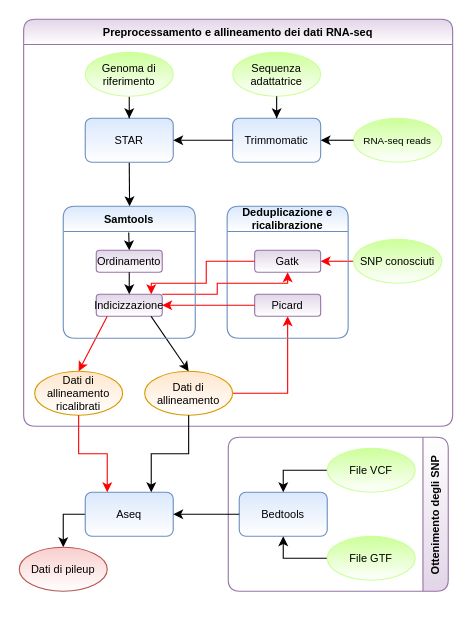
The draw.io diagram chapters/03/media/pipeline.drawio in giacThePhantom/Tesi, before the edit. Source tidied: cells renumbered, new cells numbered last; positions are measured from the earlier drawing's top-left corner, leaving out a move shared by most shapes. Both pictures are drawn from the tidied source at 110%, with x=0, y=0 at pixel (19, 19).
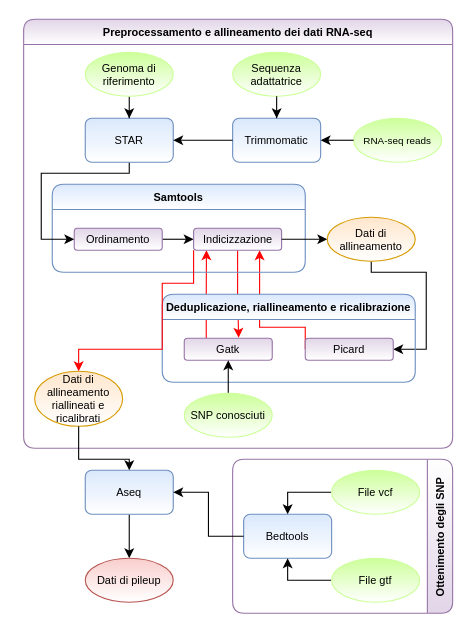
After the change.

The change refers to these unchanged cells:
```xml
<mxCell id="6" value="&lt;font style=&quot;font-size: 9px&quot;&gt;RNA-seq reads&lt;/font&gt;" style="ellipse;whiteSpace=wrap;html=1;rounded=1;fontSize=10;gradientColor=#ffffff;fillColor=#CCFF99;strokeColor=#CCFF99;" parent="2" vertex="1">
  <mxGeometry x="300" y="90" width="80" height="40" as="geometry" />
</mxCell>
<mxCell id="11" value="Trimmomatic" style="rounded=1;whiteSpace=wrap;html=1;fontSize=10;fillColor=#dae8fc;strokeColor=#6c8ebf;gradientColor=#ffffff;" parent="2" vertex="1">
  <mxGeometry x="190" y="90" width="80" height="40" as="geometry" />
</mxCell>
<mxCell id="25" value="STAR" style="rounded=1;whiteSpace=wrap;html=1;fontSize=10;fillColor=#dae8fc;strokeColor=#6c8ebf;gradientColor=#ffffff;" parent="1" vertex="1">
  <mxGeometry x="60" y="90" width="80" height="40" as="geometry" />
</mxCell>
```

Diff of the diagram source:
```diff
@@
     <mxCell id="2" value="Preprocessamento e allineamento dei dati RNA-seq" style="swimlane;rounded=1;fontSize=10;fillColor=#e1d5e7;strokeColor=#9673a6;gradientColor=#ffffff;swimlaneFillColor=none;" parent="1" vertex="1">
-      <mxGeometry x="4" width="390" height="370" as="geometry" />
+      <mxGeometry x="4" width="390" height="390" as="geometry" />
     </mxCell>
+    <mxCell id="19" style="edgeStyle=orthogonalEdgeStyle;rounded=0;jettySize=auto;html=1;exitX=0;exitY=0.5;exitDx=0;exitDy=0;entryX=0.75;entryY=1;entryDx=0;entryDy=0;strokeColor=#FF0000;" parent="2" edge="1" source="10" target="16">
+      <mxGeometry relative="1" as="geometry">
+        <Array as="points">
+          <mxPoint x="256" y="280" />
+          <mxPoint x="215" y="280" />
+        </Array>
+      </mxGeometry>
+    </mxCell>
+    <mxCell id="20" style="edgeStyle=orthogonalEdgeStyle;rounded=0;jettySize=auto;html=1;exitX=0.5;exitY=1;exitDx=0;exitDy=0;entryX=0.618;entryY=-0.02;entryDx=0;entryDy=0;entryPerimeter=0;strokeColor=#FF0000;" parent="2" edge="1" source="16" target="9">
+      <mxGeometry relative="1" as="geometry" />
+    </mxCell>
+    <mxCell id="43" style="edgeStyle=orthogonalEdgeStyle;rounded=0;jettySize=auto;html=1;exitX=0.25;exitY=0;exitDx=0;exitDy=0;entryX=0.146;entryY=1;entryDx=0;entryDy=0;entryPerimeter=0;strokeColor=#FF0000;" parent="2" edge="1" source="9" target="16">
+      <mxGeometry relative="1" as="geometry" />
+    </mxCell>
-    <mxCell id="3" value="Dati di allineamento ricalibrati" style="ellipse;whiteSpace=wrap;html=1;rounded=1;fontSize=10;fillColor=#ffe6cc;strokeColor=#d79b00;gradientColor=#ffffff;" parent="2" vertex="1">
-      <mxGeometry x="10" y="320" width="80" height="40" as="geometry" />
+    <mxCell id="3" value="Dati di allineamento riallineati e ricalibrati" style="ellipse;whiteSpace=wrap;html=1;rounded=1;fontSize=10;fillColor=#ffe6cc;strokeColor=#d79b00;gradientColor=#ffffff;" parent="2" vertex="1">
+      <mxGeometry x="10" y="320" width="80" height="50" as="geometry" />
     </mxCell>
-    <mxCell id="4" style="edgeStyle=orthogonalEdgeStyle;rounded=0;jettySize=auto;html=1;exitX=1;exitY=0.5;exitDx=0;exitDy=0;entryX=0.5;entryY=1;entryDx=0;entryDy=0;fontSize=10;strokeColor=#FF0000;" parent="2" edge="1" source="5" target="10">
-      <mxGeometry relative="1" as="geometry" />
+    <mxCell id="4" style="edgeStyle=orthogonalEdgeStyle;rounded=0;jettySize=auto;html=1;exitX=0.5;exitY=1;exitDx=0;exitDy=0;entryX=1;entryY=0.5;entryDx=0;entryDy=0;" parent="2" edge="1" source="5" target="10">
+      <mxGeometry relative="1" as="geometry">
+        <Array as="points">
+          <mxPoint x="316" y="230" />
+          <mxPoint x="366" y="230" />
+          <mxPoint x="366" y="300" />
+        </Array>
+      </mxGeometry>
     </mxCell>
     <mxCell id="5" value="Dati di allineamento" style="ellipse;whiteSpace=wrap;html=1;rounded=1;fontSize=10;fillColor=#ffe6cc;strokeColor=#d79b00;gradientColor=#ffffff;" parent="2" vertex="1">
-      <mxGeometry x="110" y="320" width="80" height="40" as="geometry" />
+      <mxGeometry x="276" y="180" width="80" height="40" as="geometry" />
     </mxCell>
@@
-    <mxCell id="7" style="edgeStyle=none;rounded=0;jettySize=auto;html=1;exitX=0;exitY=0.5;exitDx=0;exitDy=0;entryX=1;entryY=0.5;entryDx=0;entryDy=0;fontSize=10;fillColor=#f8cecc;strokeColor=#FF0000;" parent="2" edge="1" source="8" target="9">
-      <mxGeometry relative="1" as="geometry" />
-    </mxCell>
-    <mxCell id="8" value="SNP conosciuti" style="ellipse;whiteSpace=wrap;html=1;rounded=1;fontSize=10;gradientColor=#ffffff;fillColor=#CCFF99;strokeColor=#CCFF99;" parent="2" vertex="1">
-      <mxGeometry x="300" y="200" width="80" height="40" as="geometry" />
-    </mxCell>
-    <mxCell id="9" value="Gatk" style="rounded=1;whiteSpace=wrap;html=1;fontSize=10;fillColor=#e1d5e7;strokeColor=#9673a6;gradientColor=#ffffff;" parent="2" vertex="1">
-      <mxGeometry x="210" y="210" width="60" height="20" as="geometry" />
-    </mxCell>
-    <mxCell id="10" value="Picard" style="rounded=1;whiteSpace=wrap;html=1;fontSize=10;fillColor=#e1d5e7;strokeColor=#9673a6;gradientColor=#ffffff;" parent="2" vertex="1">
-      <mxGeometry x="210" y="250" width="60" height="20" as="geometry" />
-    </mxCell>
@@
+    <mxCell id="15" style="edgeStyle=none;rounded=0;jettySize=auto;html=1;fontSize=10;entryX=1;entryY=0.5;entryDx=0;entryDy=0;" parent="2" edge="1" source="6" target="11">
+      <mxGeometry relative="1" as="geometry" />
+    </mxCell>
+    <mxCell id="21" value="Samtools" style="swimlane;rounded=1;swimlaneLine=1;fontSize=10;swimlaneFillColor=none;fillColor=#dae8fc;strokeColor=#6c8ebf;gradientColor=#ffffff;" parent="2" vertex="1">
+      <mxGeometry x="26" y="150" width="230" height="80" as="geometry" />
+    </mxCell>
+    <mxCell id="41" style="edgeStyle=orthogonalEdgeStyle;rounded=0;jettySize=auto;html=1;exitX=1;exitY=0.5;exitDx=0;exitDy=0;entryX=0;entryY=0.5;entryDx=0;entryDy=0;" parent="21" edge="1" source="22" target="16">
+      <mxGeometry relative="1" as="geometry" />
+    </mxCell>
+    <mxCell id="22" value="Ordinamento" style="rounded=1;whiteSpace=wrap;html=1;fontSize=10;fillColor=#e1d5e7;strokeColor=#9673a6;gradientColor=#ffffff;" parent="21" vertex="1">
+      <mxGeometry x="20" y="40" width="80" height="20" as="geometry" />
+    </mxCell>
+    <mxCell id="16" value="Indicizzazione" style="rounded=1;whiteSpace=wrap;html=1;fontSize=10;fillColor=#e1d5e7;strokeColor=#9673a6;gradientColor=#ffffff;" parent="21" vertex="1">
+      <mxGeometry x="128.5" y="40" width="80" height="20" as="geometry" />
+    </mxCell>
+    <mxCell id="18" style="edgeStyle=orthogonalEdgeStyle;rounded=0;jettySize=auto;html=1;exitX=1;exitY=0.5;exitDx=0;exitDy=0;" parent="2" edge="1" source="16" target="5">
+      <mxGeometry relative="1" as="geometry" />
+    </mxCell>
-    <mxCell id="14" value="Deduplicazione e &#10;ricalibrazione" style="swimlane;rounded=1;shadow=0;startSize=23;fontSize=10;fillColor=#dae8fc;strokeColor=#6c8ebf;gradientColor=#ffffff;" parent="2" vertex="1">
-      <mxGeometry x="185" y="170" width="110" height="120" as="geometry" />
+    <mxCell id="14" value="Deduplicazione, riallineamento e ricalibrazione" style="swimlane;rounded=1;shadow=0;startSize=23;fontSize=10;fillColor=#dae8fc;strokeColor=#6c8ebf;gradientColor=#ffffff;" parent="2" vertex="1">
+      <mxGeometry x="126" y="250" width="230" height="80" as="geometry" />
     </mxCell>
-    <mxCell id="15" style="edgeStyle=none;rounded=0;jettySize=auto;html=1;fontSize=10;entryX=1;entryY=0.5;entryDx=0;entryDy=0;" parent="2" edge="1" source="6" target="11">
-      <mxGeometry relative="1" as="geometry" />
-    </mxCell>
-    <mxCell id="16" value="Indicizzazione" style="rounded=1;whiteSpace=wrap;html=1;fontSize=10;fillColor=#e1d5e7;strokeColor=#9673a6;gradientColor=#ffffff;" parent="2" vertex="1">
-      <mxGeometry x="66" y="250" width="60" height="20" as="geometry" />
-    </mxCell>
-    <mxCell id="17" style="edgeStyle=none;rounded=0;jettySize=auto;html=1;entryX=0.5;entryY=0;entryDx=0;entryDy=0;fontSize=10;strokeColor=#FF0000;" parent="2" edge="1" target="3">
-      <mxGeometry relative="1" as="geometry">
-        <mxPoint x="76" y="270" as="sourcePoint" />
-      </mxGeometry>
-    </mxCell>
-    <mxCell id="18" style="edgeStyle=none;rounded=0;jettySize=auto;html=1;exitX=0.831;exitY=1.006;exitDx=0;exitDy=0;entryX=0.5;entryY=0;entryDx=0;entryDy=0;fontSize=10;exitPerimeter=0;" parent="2" edge="1" source="16" target="5">
-      <mxGeometry relative="1" as="geometry" />
-    </mxCell>
-    <mxCell id="19" style="edgeStyle=orthogonalEdgeStyle;rounded=0;jettySize=auto;html=1;exitX=0;exitY=0.5;exitDx=0;exitDy=0;entryX=1;entryY=0.5;entryDx=0;entryDy=0;fontSize=10;fillColor=#f8cecc;strokeColor=#FF0000;" parent="2" edge="1" source="10" target="16">
-      <mxGeometry relative="1" as="geometry" />
-    </mxCell>
-    <mxCell id="20" style="edgeStyle=orthogonalEdgeStyle;rounded=0;jettySize=auto;html=1;exitX=1;exitY=0;exitDx=0;exitDy=0;entryX=0.5;entryY=1;entryDx=0;entryDy=0;fontSize=10;fillColor=#f8cecc;strokeColor=#FF0000;" parent="2" edge="1" source="16" target="9">
-      <mxGeometry relative="1" as="geometry">
-        <Array as="points">
-          <mxPoint x="176" y="250" />
-          <mxPoint x="176" y="240" />
-          <mxPoint x="240" y="240" />
-        </Array>
-      </mxGeometry>
-    </mxCell>
-    <mxCell id="21" value="Samtools" style="swimlane;rounded=1;swimlaneLine=1;fontSize=10;swimlaneFillColor=none;fillColor=#dae8fc;strokeColor=#6c8ebf;gradientColor=#ffffff;" parent="1" vertex="1">
-      <mxGeometry x="40" y="170" width="120" height="120" as="geometry" />
-    </mxCell>
-    <mxCell id="22" value="Ordinamento" style="rounded=1;whiteSpace=wrap;html=1;fontSize=10;fillColor=#e1d5e7;strokeColor=#9673a6;gradientColor=#ffffff;" parent="21" vertex="1">
-      <mxGeometry x="30" y="40" width="60" height="20" as="geometry" />
-    </mxCell>
-    <mxCell id="23" style="endArrow=classic;html=1;fontSize=10;exitX=0.496;exitY=0.199;exitDx=0;exitDy=0;exitPerimeter=0;entryX=0.5;entryY=0;entryDx=0;entryDy=0;" parent="21" edge="1" source="21" target="22">
-      <mxGeometry relative="1" as="geometry" />
-    </mxCell>
+    <mxCell id="10" value="Picard" style="rounded=1;whiteSpace=wrap;html=1;fontSize=10;fillColor=#e1d5e7;strokeColor=#9673a6;gradientColor=#ffffff;" parent="14" vertex="1">
+      <mxGeometry x="130" y="40" width="80" height="20" as="geometry" />
+    </mxCell>
+    <mxCell id="9" value="Gatk" style="rounded=1;whiteSpace=wrap;html=1;fontSize=10;fillColor=#e1d5e7;strokeColor=#9673a6;gradientColor=#ffffff;" parent="14" vertex="1">
+      <mxGeometry x="20" y="40" width="80" height="20" as="geometry" />
+    </mxCell>
+    <mxCell id="7" style="edgeStyle=orthogonalEdgeStyle;rounded=0;jettySize=auto;html=1;exitX=0.5;exitY=0;exitDx=0;exitDy=0;strokeColor=#000000;" parent="2" edge="1" source="8" target="9">
+      <mxGeometry relative="1" as="geometry" />
+    </mxCell>
+    <mxCell id="8" value="SNP conosciuti" style="ellipse;whiteSpace=wrap;html=1;rounded=1;fontSize=10;gradientColor=#ffffff;fillColor=#CCFF99;strokeColor=#CCFF99;" parent="2" vertex="1">
+      <mxGeometry x="146" y="340" width="80" height="40" as="geometry" />
+    </mxCell>
+    <mxCell id="44" style="edgeStyle=orthogonalEdgeStyle;rounded=0;jettySize=auto;html=1;exitX=0;exitY=1;exitDx=0;exitDy=0;strokeColor=#FF0000;" parent="2" edge="1" source="16" target="3">
+      <mxGeometry relative="1" as="geometry">
+        <Array as="points">
+          <mxPoint x="155" y="240" />
+          <mxPoint x="126" y="240" />
+          <mxPoint x="126" y="300" />
+          <mxPoint x="50" y="300" />
+        </Array>
+      </mxGeometry>
+    </mxCell>
-    <mxCell id="24" style="edgeStyle=none;rounded=0;jettySize=auto;html=1;exitX=0.5;exitY=1;exitDx=0;exitDy=0;fontSize=10;" parent="1" edge="1" source="25">
+    <mxCell id="24" style="edgeStyle=orthogonalEdgeStyle;rounded=0;jettySize=auto;html=1;exitX=0.5;exitY=1;exitDx=0;exitDy=0;fontSize=10;entryX=0;entryY=0.5;entryDx=0;entryDy=0;" parent="1" edge="1" source="25" target="22">
       <mxGeometry relative="1" as="geometry">
-        <mxPoint x="100.3" y="170" as="targetPoint" />
+        <Array as="points">
+          <mxPoint x="100" y="140" />
+          <mxPoint x="20" y="140" />
+          <mxPoint x="20" y="200" />
+        </Array>
       </mxGeometry>
     </mxCell>
@@
-    <mxCell id="29" style="edgeStyle=orthogonalEdgeStyle;rounded=0;jettySize=auto;html=1;exitX=0;exitY=0.5;exitDx=0;exitDy=0;entryX=0.5;entryY=0;entryDx=0;entryDy=0;fontSize=10;" parent="1" edge="1" source="30" target="31">
+    <mxCell id="29" style="edgeStyle=orthogonalEdgeStyle;rounded=0;jettySize=auto;html=1;exitX=0.5;exitY=1;exitDx=0;exitDy=0;strokeColor=#000000;" parent="1" edge="1" source="30" target="31">
       <mxGeometry relative="1" as="geometry" />
     </mxCell>
     <mxCell id="30" value="&lt;div style=&quot;font-size: 10px;&quot;&gt;Aseq&lt;/div&gt;" style="rounded=1;whiteSpace=wrap;html=1;fontSize=10;fillColor=#dae8fc;strokeColor=#6c8ebf;gradientColor=#ffffff;" parent="1" vertex="1">
-      <mxGeometry x="60" y="430" width="80" height="40" as="geometry" />
+      <mxGeometry x="60" y="410" width="80" height="40" as="geometry" />
     </mxCell>
     <mxCell id="31" value="Dati di pileup" style="ellipse;whiteSpace=wrap;html=1;rounded=1;fontSize=10;fillColor=#f8cecc;strokeColor=#b85450;gradientColor=#ffffff;" parent="1" vertex="1">
-      <mxGeometry y="480" width="80" height="40" as="geometry" />
+      <mxGeometry x="60" y="490" width="80" height="40" as="geometry" />
     </mxCell>
     <mxCell id="32" value="Ottenimento degli SNP" style="swimlane;horizontal=0;rounded=1;direction=west;fontSize=10;fillColor=#e1d5e7;strokeColor=#9673a6;gradientColor=#ffffff;swimlaneFillColor=#ffffff;" parent="1" vertex="1">
-      <mxGeometry x="190" y="380" width="200" height="140" as="geometry" />
+      <mxGeometry x="194" y="400" width="200" height="140" as="geometry" />
     </mxCell>
@@
-    <mxCell id="35" value="File VCF" style="ellipse;whiteSpace=wrap;html=1;fontSize=10;gradientColor=#ffffff;fillColor=#CCFF99;strokeColor=#CCFF99;" parent="32" vertex="1">
+    <mxCell id="35" value="File vcf" style="ellipse;whiteSpace=wrap;html=1;fontSize=10;gradientColor=#ffffff;fillColor=#CCFF99;strokeColor=#CCFF99;" parent="32" vertex="1">
       <mxGeometry x="90" y="10" width="80" height="40" as="geometry" />
     </mxCell>
@@
-    <mxCell id="37" value="File GTF" style="ellipse;whiteSpace=wrap;html=1;fontSize=10;gradientColor=#ffffff;fillColor=#CCFF99;strokeColor=#CCFF99;" parent="32" vertex="1">
+    <mxCell id="37" value="File gtf" style="ellipse;whiteSpace=wrap;html=1;fontSize=10;gradientColor=#ffffff;fillColor=#CCFF99;strokeColor=#CCFF99;" parent="32" vertex="1">
       <mxGeometry x="90" y="90" width="80" height="40" as="geometry" />
     </mxCell>
@@
-    <mxCell id="39" style="edgeStyle=orthogonalEdgeStyle;rounded=0;jettySize=auto;html=1;exitX=0.5;exitY=1;exitDx=0;exitDy=0;entryX=0.25;entryY=0;entryDx=0;entryDy=0;fontSize=10;strokeColor=#FF0000;" parent="1" edge="1" source="3" target="30">
-      <mxGeometry relative="1" as="geometry" />
+    <mxCell id="39" style="edgeStyle=orthogonalEdgeStyle;rounded=0;jettySize=auto;html=1;exitX=0.5;exitY=1;exitDx=0;exitDy=0;strokeColor=#000000;" parent="1" edge="1" source="3" target="30">
+      <mxGeometry relative="1" as="geometry">
+        <Array as="points">
+          <mxPoint x="54" y="400" />
+          <mxPoint x="100" y="400" />
+        </Array>
+      </mxGeometry>
     </mxCell>
-    <mxCell id="40" style="edgeStyle=orthogonalEdgeStyle;rounded=0;jettySize=auto;html=1;exitX=0.5;exitY=1;exitDx=0;exitDy=0;entryX=0.75;entryY=0;entryDx=0;entryDy=0;fontSize=10;" parent="1" edge="1" source="5" target="30">
-      <mxGeometry relative="1" as="geometry" />
-    </mxCell>
-    <mxCell id="41" style="endArrow=classic;html=1;exitX=0.5;exitY=1;exitDx=0;exitDy=0;entryX=0.5;entryY=0;entryDx=0;entryDy=0;fontSize=10;" parent="1" edge="1" source="22" target="16">
-      <mxGeometry relative="1" as="geometry" />
-    </mxCell>
-    <mxCell id="42" style="edgeStyle=orthogonalEdgeStyle;rounded=0;jettySize=auto;html=1;exitX=0;exitY=0.5;exitDx=0;exitDy=0;fontSize=10;fillColor=#f8cecc;strokeColor=#FF0000;" parent="1" edge="1" source="9">
-      <mxGeometry relative="1" as="geometry">
-        <mxPoint x="120" y="250" as="targetPoint" />
-        <Array as="points">
-          <mxPoint x="170" y="220" />
-          <mxPoint x="170" y="240" />
-          <mxPoint x="120" y="240" />
-        </Array>
-      </mxGeometry>
-    </mxCell>
```
